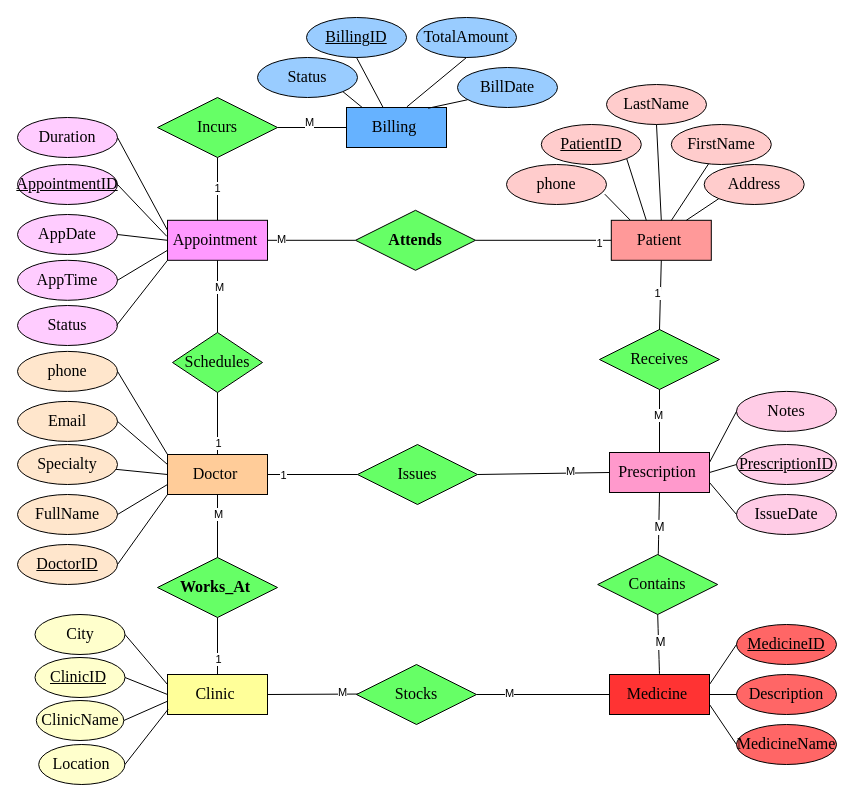
Earlier version of the draw.io diagram page "Page-16" (16 of 16) of Untitled Diagram.drawio (FatimahAli313/Project_1). Source tidied: cells renumbered, new cells numbered last; positions are measured from the earlier drawing's top-left corner, leaving out a move shared by most shapes. Both pictures are drawn from the tidied source at 100%, with x=0, y=0 at pixel (17, 17).
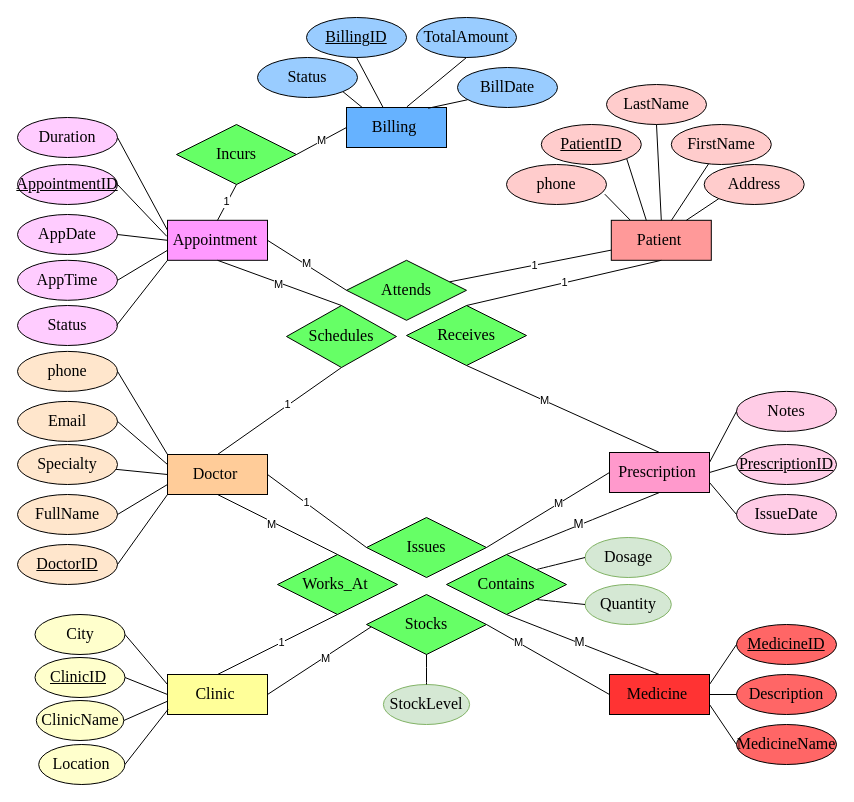
The same diagram, later.

Unchanged cells that the change refers to:
```xml
<mxCell id="42" value="&lt;span style=&quot;font-size: 12pt; line-height: 140%; font-family: &amp;quot;Times New Roman&amp;quot;, serif;&quot;&gt;Prescription&amp;nbsp;&lt;/span&gt;" style="whiteSpace=wrap;html=1;align=center;fillColor=#FF99CC;" parent="1" vertex="1">
  <mxGeometry x="592" y="435" width="100" height="40" as="geometry" />
</mxCell>
<mxCell id="65" style="endArrow=none;html=1;rounded=0;exitX=0.5;exitY=0;exitDx=0;exitDy=0;entryX=0.5;entryY=1;entryDx=0;entryDy=0;" parent="1" edge="1" source="24" target="64">
  <mxGeometry relative="1" as="geometry" />
</mxCell>
<mxCell id="67" style="endArrow=none;html=1;rounded=0;exitX=0.5;exitY=1;exitDx=0;exitDy=0;entryX=0.5;entryY=0;entryDx=0;entryDy=0;" parent="1" edge="1" source="13" target="64">
  <mxGeometry relative="1" as="geometry" />
</mxCell>
<mxCell id="70" style="endArrow=none;html=1;rounded=0;" parent="1" edge="1" source="2" target="69">
  <mxGeometry relative="1" as="geometry" />
</mxCell>
<mxCell id="72" style="endArrow=none;html=1;rounded=0;entryX=0;entryY=0.5;entryDx=0;entryDy=0;exitX=1;exitY=0.5;exitDx=0;exitDy=0;" parent="1" edge="1" source="33" target="69">
  <mxGeometry relative="1" as="geometry" />
</mxCell>
<mxCell id="75" style="endArrow=none;html=1;rounded=0;exitX=0.5;exitY=0;exitDx=0;exitDy=0;entryX=0.5;entryY=1;entryDx=0;entryDy=0;" parent="1" edge="1" source="13" target="74">
  <mxGeometry relative="1" as="geometry" />
</mxCell>
<mxCell id="77" style="endArrow=none;html=1;rounded=0;exitX=0.5;exitY=0;exitDx=0;exitDy=0;entryX=0.5;entryY=1;entryDx=0;entryDy=0;" parent="1" edge="1" source="74" target="33">
  <mxGeometry relative="1" as="geometry" />
</mxCell>
<mxCell id="80" style="endArrow=none;html=1;rounded=0;entryX=0;entryY=0.5;entryDx=0;entryDy=0;exitX=1;exitY=0.5;exitDx=0;exitDy=0;" parent="1" edge="1" source="13" target="79">
  <mxGeometry relative="1" as="geometry" />
</mxCell>
<mxCell id="82" style="endArrow=none;html=1;rounded=0;exitX=1;exitY=0.5;exitDx=0;exitDy=0;entryX=0;entryY=0.5;entryDx=0;entryDy=0;" parent="1" edge="1" source="79" target="42">
  <mxGeometry relative="1" as="geometry" />
</mxCell>
<mxCell id="85" style="endArrow=none;html=1;rounded=0;entryX=0.5;entryY=1;entryDx=0;entryDy=0;exitX=0.5;exitY=0;exitDx=0;exitDy=0;" parent="1" edge="1" source="42" target="84">
  <mxGeometry relative="1" as="geometry" />
</mxCell>
<mxCell id="87" style="endArrow=none;html=1;rounded=0;entryX=0.5;entryY=0;entryDx=0;entryDy=0;exitX=0.5;exitY=1;exitDx=0;exitDy=0;" parent="1" edge="1" source="2" target="84">
  <mxGeometry relative="1" as="geometry" />
</mxCell>
<mxCell id="96" style="endArrow=none;html=1;rounded=0;entryX=0;entryY=0.5;entryDx=0;entryDy=0;exitX=1;exitY=0.5;exitDx=0;exitDy=0;" parent="1" edge="1" source="103" target="58">
  <mxGeometry relative="1" as="geometry" />
</mxCell>
<mxCell id="98" style="endArrow=none;html=1;rounded=0;entryX=1;entryY=0.5;entryDx=0;entryDy=0;exitX=0.075;exitY=0.492;exitDx=0;exitDy=0;exitPerimeter=0;" parent="1" edge="1" source="103" target="24">
  <mxGeometry relative="1" as="geometry" />
</mxCell>
```

Change to the diagram source:
```diff
@@
-    <mxCell id="64" value="&lt;b&gt;&lt;span style=&quot;font-size: 12pt; line-height: 140%; font-family: &amp;quot;Times New Roman&amp;quot;, serif;&quot;&gt;Works_At&amp;nbsp;&lt;/span&gt;&lt;/b&gt;" style="shape=rhombus;perimeter=rhombusPerimeter;whiteSpace=wrap;html=1;align=center;strokeColor=#000000;fillColor=#66FF66;" parent="1" vertex="1">
-      <mxGeometry x="140" y="540" width="120" height="60" as="geometry" />
+    <mxCell id="64" value="&lt;span style=&quot;font-size: 12pt; line-height: 140%; font-family: &amp;quot;Times New Roman&amp;quot;, serif;&quot;&gt;Works_At&amp;nbsp;&lt;/span&gt;" style="shape=rhombus;perimeter=rhombusPerimeter;whiteSpace=wrap;html=1;align=center;strokeColor=#000000;fillColor=#66FF66;" parent="1" vertex="1">
+      <mxGeometry x="260" y="537" width="120" height="60" as="geometry" />
     </mxCell>
@@
     <mxCell id="66" value="1" style="edgeLabel;html=1;align=center;verticalAlign=middle;" parent="65" vertex="1">
       <mxGeometry x="-0.4" relative="1" as="geometry">
-        <mxPoint y="1" as="offset" />
+        <mxPoint x="28" y="-15" as="offset" />
       </mxGeometry>
     </mxCell>
@@
     <mxCell id="68" value="M" style="edgeLabel;html=1;align=center;verticalAlign=middle;" parent="67" vertex="1">
-      <mxGeometry x="-0.41" relative="1" as="geometry" />
+      <mxGeometry x="-0.41" relative="1" as="geometry">
+        <mxPoint x="18" y="12" as="offset" />
+      </mxGeometry>
     </mxCell>
-    <mxCell id="69" value="&lt;b&gt;&lt;span style=&quot;font-size: 12pt; line-height: 140%; font-family: &amp;quot;Times New Roman&amp;quot;, serif;&quot;&gt;Attends&lt;/span&gt;&lt;/b&gt;" style="shape=rhombus;perimeter=rhombusPerimeter;whiteSpace=wrap;html=1;align=center;fillColor=#66FF66;" parent="1" vertex="1">
-      <mxGeometry x="338" y="192.8" width="120" height="60" as="geometry" />
+    <mxCell id="69" value="&lt;span style=&quot;font-size: 12pt; line-height: 140%; font-family: &amp;quot;Times New Roman&amp;quot;, serif;&quot;&gt;Attends&lt;/span&gt;" style="shape=rhombus;perimeter=rhombusPerimeter;whiteSpace=wrap;html=1;align=center;fillColor=#66FF66;" parent="1" vertex="1">
+      <mxGeometry x="329" y="242.8" width="120" height="60" as="geometry" />
     </mxCell>
@@
     <mxCell id="71" value="1" style="edgeLabel;html=1;align=center;verticalAlign=middle;" parent="70" vertex="1">
-      <mxGeometry x="-0.83" y="3" relative="1" as="geometry" />
+      <mxGeometry x="-0.83" y="3" relative="1" as="geometry">
+        <mxPoint x="-64" y="9" as="offset" />
+      </mxGeometry>
     </mxCell>
@@
     <mxCell id="73" value="M" style="edgeLabel;html=1;align=center;verticalAlign=middle;" parent="72" vertex="1">
-      <mxGeometry x="-0.71" y="1" relative="1" as="geometry" />
+      <mxGeometry x="-0.71" y="1" relative="1" as="geometry">
+        <mxPoint x="26" y="16" as="offset" />
+      </mxGeometry>
     </mxCell>
     <mxCell id="74" value="&lt;span style=&quot;font-size: 12pt; line-height: 140%; font-family: &amp;quot;Times New Roman&amp;quot;, serif;&quot;&gt;Schedules&lt;/span&gt;" style="shape=rhombus;perimeter=rhombusPerimeter;whiteSpace=wrap;html=1;align=center;fillColor=#66FF66;" parent="1" vertex="1">
-      <mxGeometry x="155" y="315" width="90" height="60" as="geometry" />
+      <mxGeometry x="269" y="288" width="110" height="62" as="geometry" />
     </mxCell>
@@
     <mxCell id="76" value="1" style="edgeLabel;html=1;align=center;verticalAlign=middle;" parent="75" vertex="1">
-      <mxGeometry x="-0.62" relative="1" as="geometry" />
+      <mxGeometry x="-0.62" relative="1" as="geometry">
+        <mxPoint x="46" y="-34" as="offset" />
+      </mxGeometry>
     </mxCell>
@@
     <mxCell id="78" value="M" style="edgeLabel;html=1;align=center;verticalAlign=middle;" parent="77" vertex="1">
-      <mxGeometry x="0.28" y="-1" relative="1" as="geometry" />
+      <mxGeometry x="0.28" y="-1" relative="1" as="geometry">
+        <mxPoint x="15" y="8" as="offset" />
+      </mxGeometry>
     </mxCell>
     <mxCell id="79" value="&lt;span style=&quot;font-size: 12pt; line-height: 140%; font-family: &amp;quot;Times New Roman&amp;quot;, serif;&quot;&gt;Issues&lt;b&gt;&lt;/b&gt;&lt;/span&gt;" style="shape=rhombus;perimeter=rhombusPerimeter;whiteSpace=wrap;html=1;align=center;fillColor=#66FF66;" parent="1" vertex="1">
-      <mxGeometry x="340" y="427" width="120" height="60" as="geometry" />
+      <mxGeometry x="349" y="500" width="120" height="60" as="geometry" />
     </mxCell>
@@
     <mxCell id="81" value="1" style="edgeLabel;html=1;align=center;verticalAlign=middle;" parent="80" vertex="1">
       <mxGeometry x="-0.01" y="-1" relative="1" as="geometry">
-        <mxPoint x="-30" y="-1" as="offset" />
+        <mxPoint x="-10" y="-10" as="offset" />
       </mxGeometry>
     </mxCell>
@@
     <mxCell id="83" value="M" style="edgeLabel;html=1;align=center;verticalAlign=middle;" parent="82" vertex="1">
       <mxGeometry x="0.07" y="-2" relative="1" as="geometry">
-        <mxPoint x="21" y="-4" as="offset" />
+        <mxPoint x="5" y="-6" as="offset" />
       </mxGeometry>
     </mxCell>
     <mxCell id="84" value="&lt;span style=&quot;font-size: 12pt; line-height: 140%; font-family: &amp;quot;Times New Roman&amp;quot;, serif;&quot;&gt;Receives&lt;/span&gt;" style="shape=rhombus;perimeter=rhombusPerimeter;whiteSpace=wrap;html=1;align=center;fillColor=#66FF66;" parent="1" vertex="1">
-      <mxGeometry x="582" y="312" width="120" height="60" as="geometry" />
+      <mxGeometry x="389" y="288" width="120" height="60" as="geometry" />
     </mxCell>
@@
     <mxCell id="86" value="M" style="edgeLabel;html=1;align=center;verticalAlign=middle;" parent="85" vertex="1">
-      <mxGeometry x="0.2" y="2" relative="1" as="geometry" />
+      <mxGeometry x="0.2" y="2" relative="1" as="geometry">
+        <mxPoint x="1" y="-2" as="offset" />
+      </mxGeometry>
     </mxCell>
@@
     <mxCell id="88" value="1" style="edgeLabel;html=1;align=center;verticalAlign=middle;" parent="87" vertex="1">
-      <mxGeometry x="-0.04" y="-3" relative="1" as="geometry" />
+      <mxGeometry x="-0.04" y="-3" relative="1" as="geometry">
+        <mxPoint x="-3" y="3" as="offset" />
+      </mxGeometry>
     </mxCell>
     <mxCell id="89" value="&lt;span style=&quot;font-size: 12pt; line-height: 140%; font-family: &amp;quot;Times New Roman&amp;quot;, serif;&quot;&gt;Incurs&lt;/span&gt;" style="shape=rhombus;perimeter=rhombusPerimeter;whiteSpace=wrap;html=1;align=center;fillColor=#66FF66;" parent="1" vertex="1">
-      <mxGeometry x="140" y="80" width="120" height="60" as="geometry" />
+      <mxGeometry x="159" y="107" width="120" height="60" as="geometry" />
     </mxCell>
@@
     <mxCell id="97" value="M" style="edgeLabel;html=1;align=center;verticalAlign=middle;" parent="96" vertex="1">
       <mxGeometry x="-0.84" y="2" relative="1" as="geometry">
-        <mxPoint x="21" as="offset" />
+        <mxPoint x="21" y="14" as="offset" />
       </mxGeometry>
     </mxCell>
@@
     <mxCell id="99" value="M" style="edgeLabel;html=1;align=center;verticalAlign=middle;" parent="98" vertex="1">
       <mxGeometry x="-0.91" y="3" relative="1" as="geometry">
-        <mxPoint x="-20" y="-5" as="offset" />
+        <mxPoint x="-47" y="28" as="offset" />
       </mxGeometry>
     </mxCell>
@@
     <mxCell id="103" value="&lt;span style=&quot;font-size: 12pt; line-height: 140%; font-family: &amp;quot;Times New Roman&amp;quot;, serif;&quot;&gt;Stocks&lt;/span&gt;" style="shape=rhombus;perimeter=rhombusPerimeter;whiteSpace=wrap;html=1;align=center;fillColor=#66FF66;" parent="1" vertex="1">
-      <mxGeometry x="339" y="647" width="120" height="60" as="geometry" />
+      <mxGeometry x="349" y="577" width="120" height="60" as="geometry" />
     </mxCell>
     <mxCell id="104" value="&lt;span style=&quot;font-size: 12pt; line-height: 140%; font-family: &amp;quot;Times New Roman&amp;quot;, serif;&quot;&gt;Contains&lt;/span&gt;" style="shape=rhombus;perimeter=rhombusPerimeter;whiteSpace=wrap;html=1;align=center;fillColor=#66FF66;" parent="1" vertex="1">
-      <mxGeometry x="580.2" y="537" width="120" height="60" as="geometry" />
+      <mxGeometry x="429" y="537" width="120" height="60" as="geometry" />
     </mxCell>
-    <mxCell id="105" style="endArrow=none;html=1;rounded=0;fontSize=12;startSize=8;endSize=8;curved=1;entryX=0.5;entryY=1;entryDx=0;entryDy=0;" parent="1" edge="1" source="104" target="42">
+    <mxCell id="105" style="endArrow=none;html=1;rounded=0;fontSize=12;startSize=8;endSize=8;curved=1;entryX=0.5;entryY=1;entryDx=0;entryDy=0;exitX=0.5;exitY=0;exitDx=0;exitDy=0;" parent="1" edge="1" source="104" target="42">
       <mxGeometry relative="1" as="geometry" />
     </mxCell>
     <mxCell id="106" value="M" style="edgeLabel;html=1;align=center;verticalAlign=middle;fontSize=12;" parent="105" vertex="1">
       <mxGeometry x="-0.13" y="-4" relative="1" as="geometry">
-        <mxPoint x="-4" y="-1" as="offset" />
+        <mxPoint x="3" y="-7" as="offset" />
       </mxGeometry>
     </mxCell>
@@
+    <mxCell id="109" value="&lt;span lang=&quot;FR&quot; style=&quot;font-size: 12pt; line-height: 140%; font-family: &amp;quot;Times New Roman&amp;quot;, serif;&quot;&gt;StockLevel&lt;/span&gt;" style="ellipse;whiteSpace=wrap;html=1;align=center;fillColor=#d5e8d4;strokeColor=#82b366;" parent="1" vertex="1">
+      <mxGeometry x="365.9" y="667" width="86.2" height="40" as="geometry" />
+    </mxCell>
+    <mxCell id="110" style="endArrow=none;html=1;rounded=0;fontSize=12;startSize=8;endSize=8;curved=1;entryX=0.5;entryY=1;entryDx=0;entryDy=0;exitX=0.5;exitY=0;exitDx=0;exitDy=0;" parent="1" edge="1" source="109" target="103">
+      <mxGeometry relative="1" as="geometry" />
+    </mxCell>
+    <mxCell id="111" value="&lt;span style=&quot;font-size: 12pt; line-height: 140%; font-family: &amp;quot;Times New Roman&amp;quot;, serif;&quot;&gt;Quantity&lt;/span&gt;" style="ellipse;whiteSpace=wrap;html=1;align=center;fillColor=#d5e8d4;strokeColor=#82b366;" parent="1" vertex="1">
+      <mxGeometry x="567.6" y="567" width="86.2" height="40" as="geometry" />
+    </mxCell>
+    <mxCell id="112" value="&lt;span style=&quot;font-size: 12pt; line-height: 140%; font-family: &amp;quot;Times New Roman&amp;quot;, serif;&quot;&gt;Dosage&lt;/span&gt;" style="ellipse;whiteSpace=wrap;html=1;align=center;fillColor=#d5e8d4;strokeColor=#82b366;" parent="1" vertex="1">
+      <mxGeometry x="567.6" y="520" width="86.2" height="40" as="geometry" />
+    </mxCell>
+    <mxCell id="113" style="endArrow=none;html=1;rounded=0;fontSize=12;startSize=8;endSize=8;curved=1;entryX=0;entryY=0.5;entryDx=0;entryDy=0;exitX=1;exitY=0;exitDx=0;exitDy=0;" parent="1" edge="1" source="104" target="112">
+      <mxGeometry relative="1" as="geometry" />
+    </mxCell>
+    <mxCell id="114" style="endArrow=none;html=1;rounded=0;fontSize=12;startSize=8;endSize=8;curved=1;entryX=0;entryY=0.5;entryDx=0;entryDy=0;exitX=1;exitY=1;exitDx=0;exitDy=0;" parent="1" edge="1" source="104" target="111">
+      <mxGeometry relative="1" as="geometry" />
+    </mxCell>
```
